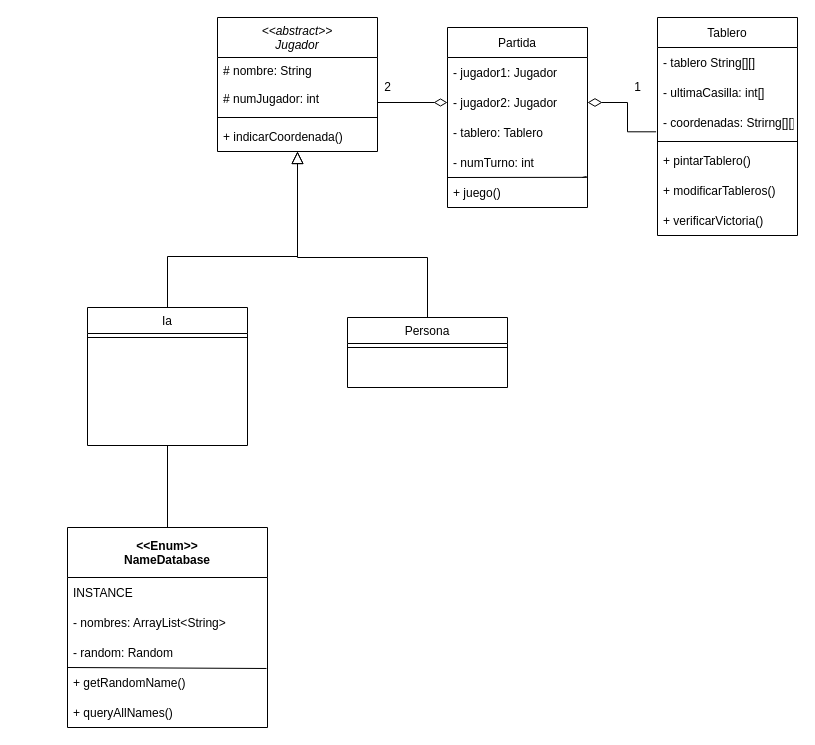
This is src/diagramaDeClases/GoMokuClases.drawio from dquitor630/GoMoku, a draw.io file, before an edit. Source tidied: cells renumbered, new cells numbered last; positions are measured from the earlier drawing's top-left corner, leaving out a move shared by most shapes. Both pictures are drawn from the tidied source at 100%, with x=0, y=0 at pixel (67, 17).
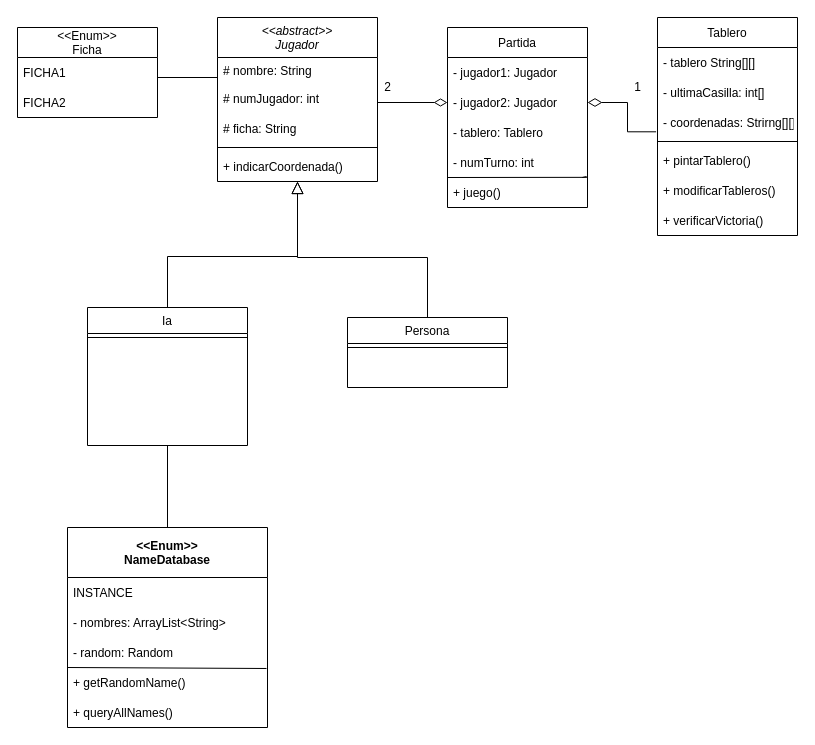
After the change.

Commit message (it also covers changes not shown here):
Cambio en el diagrama de clases añadiendo Enum Ficha

What changed in the source:
```diff
@@
     <mxCell id="2" value="&lt;&lt;abstract&gt;&gt;&#10;Jugador" style="swimlane;fontStyle=2;align=center;verticalAlign=top;horizontal=1;startSize=40;rounded=0;shadow=0;strokeWidth=1;" parent="1" vertex="1">
-      <mxGeometry x="150" width="160" height="134" as="geometry" />
+      <mxGeometry x="150" width="160" height="164" as="geometry" />
     </mxCell>
@@
+    <mxCell id="41" value="# ficha: String" style="text;strokeColor=none;fillColor=none;align=left;verticalAlign=middle;spacingLeft=4;spacingRight=4;overflow=hidden;" parent="2" vertex="1">
+      <mxGeometry y="96" width="160" height="30" as="geometry" />
+    </mxCell>
     <mxCell id="5" style="line;html=1;strokeWidth=1;align=left;verticalAlign=middle;spacingTop=-1;spacingLeft=3;spacingRight=3;labelPosition=right;" parent="2" vertex="1">
-      <mxGeometry y="96" width="160" height="8" as="geometry" />
+      <mxGeometry y="126" width="160" height="8" as="geometry" />
     </mxCell>
     <mxCell id="6" value="+ indicarCoordenada()" style="text;strokeColor=none;fillColor=none;align=left;verticalAlign=middle;spacingLeft=4;spacingRight=4;overflow=hidden;" parent="2" vertex="1">
-      <mxGeometry y="104" width="160" height="30" as="geometry" />
+      <mxGeometry y="134" width="160" height="30" as="geometry" />
     </mxCell>
@@
+    <mxCell id="42" value="&lt;&lt;Enum&gt;&gt;&#10;Ficha" style="swimlane;fontStyle=0;horizontal=1;startSize=30;" parent="1" vertex="1">
+      <mxGeometry x="-50" y="10" width="140" height="90" as="geometry" />
+    </mxCell>
+    <mxCell id="43" value="FICHA1" style="text;strokeColor=none;fillColor=none;align=left;verticalAlign=middle;spacingLeft=4;spacingRight=4;overflow=hidden;" parent="42" vertex="1">
+      <mxGeometry y="30" width="140" height="30" as="geometry" />
+    </mxCell>
+    <mxCell id="44" value="FICHA2" style="text;strokeColor=none;fillColor=none;align=left;verticalAlign=middle;spacingLeft=4;spacingRight=4;overflow=hidden;" parent="42" vertex="1">
+      <mxGeometry y="60" width="140" height="30" as="geometry" />
+    </mxCell>
+    <mxCell id="45" style="endArrow=none;html=1;rounded=0;" parent="1" edge="1">
+      <mxGeometry relative="1" as="geometry">
+        <mxPoint x="90" y="60" as="sourcePoint" />
+        <mxPoint x="150" y="60" as="targetPoint" />
+      </mxGeometry>
+    </mxCell>
```
